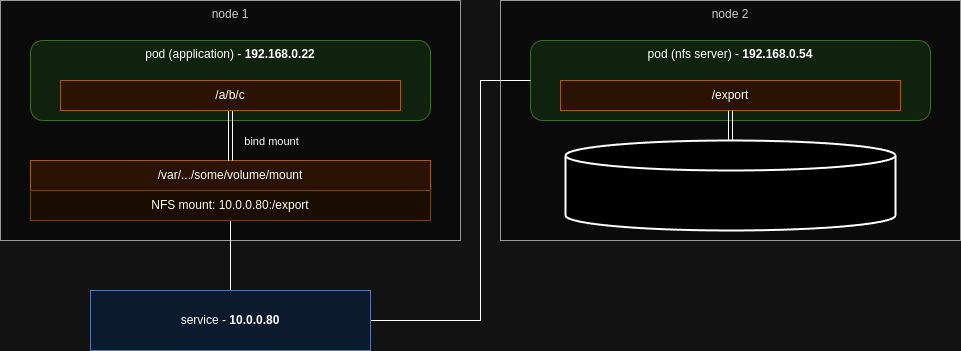
Earlier version of the draw.io export images/posts/sds.png (jrife/jrife.github.io). Source tidied: cells renumbered, new cells last; positions are measured from the earlier drawing's top-left corner, leaving out a move shared by most shapes. The source it was exported from:
```xml
<mxGraphModel>
  <root>
    <mxCell id="0" />
    <mxCell id="1" parent="0" />
    <mxCell id="2" value="node 1" style="rounded=0;whiteSpace=wrap;html=1;fillColor=#f5f5f5;strokeColor=#666666;align=center;verticalAlign=top;fontColor=#333333;" parent="1" vertex="1">
      <mxGeometry width="460" height="240" as="geometry" />
    </mxCell>
    <mxCell id="3" value="node 2" style="rounded=0;whiteSpace=wrap;html=1;fillColor=#f5f5f5;strokeColor=#666666;verticalAlign=top;align=center;fontColor=#333333;" parent="1" vertex="1">
      <mxGeometry x="500" width="460" height="240" as="geometry" />
    </mxCell>
    <mxCell id="4" value="pod (application) - &lt;b&gt;192.168.0.22&lt;/b&gt;" style="rounded=1;whiteSpace=wrap;html=1;fillColor=#d5e8d4;strokeColor=#82b366;verticalAlign=top;" parent="1" vertex="1">
      <mxGeometry x="30" y="40" width="400" height="80" as="geometry" />
    </mxCell>
    <mxCell id="5" style="strokeWidth=2;html=1;shape=mxgraph.flowchart.database;whiteSpace=wrap;verticalAlign=bottom;" parent="1" vertex="1">
      <mxGeometry x="565" y="140" width="330" height="90" as="geometry" />
    </mxCell>
    <mxCell id="6" value="/var/.../some/volume/mount" style="rounded=0;whiteSpace=wrap;html=1;fillColor=#ffe6cc;strokeColor=#d79b00;" parent="1" vertex="1">
      <mxGeometry x="30" y="160" width="400" height="30" as="geometry" />
    </mxCell>
    <mxCell id="7" style="edgeStyle=orthogonalEdgeStyle;rounded=0;jettySize=auto;html=1;exitX=0.5;exitY=1;exitDx=0;exitDy=0;entryX=0.5;entryY=0;entryDx=0;entryDy=0;shape=link;" parent="1" edge="1" source="9" target="6">
      <mxGeometry relative="1" as="geometry" />
    </mxCell>
    <mxCell id="8" value="bind mount" style="edgeLabel;html=1;align=center;verticalAlign=middle;labelBackgroundColor=none;" parent="7" vertex="1">
      <mxGeometry x="-0.21" y="-2" relative="1" as="geometry">
        <mxPoint x="42" y="10" as="offset" />
      </mxGeometry>
    </mxCell>
    <mxCell id="9" value="/a/b/c" style="rounded=0;whiteSpace=wrap;html=1;fillColor=#ffe6cc;strokeColor=#d79b00;" parent="1" vertex="1">
      <mxGeometry x="60" y="80" width="340" height="30" as="geometry" />
    </mxCell>
    <mxCell id="10" style="edgeStyle=none;rounded=0;jettySize=auto;html=1;exitX=0.5;exitY=1;exitDx=0;exitDy=0;entryX=0.5;entryY=0;entryDx=0;entryDy=0;endArrow=none;endFill=0;" parent="1" edge="1" source="11" target="16">
      <mxGeometry relative="1" as="geometry" />
    </mxCell>
    <mxCell id="11" value="NFS mount: 10.0.0.80:/export" style="rounded=0;whiteSpace=wrap;html=1;fillColor=#fff2cc;strokeColor=#d6b656;" parent="1" vertex="1">
      <mxGeometry x="30" y="190" width="400" height="30" as="geometry" />
    </mxCell>
    <mxCell id="12" value="pod (nfs server) - &lt;b&gt;192.168.0.54&lt;/b&gt;" style="rounded=1;whiteSpace=wrap;html=1;fillColor=#d5e8d4;strokeColor=#82b366;verticalAlign=top;" parent="1" vertex="1">
      <mxGeometry x="530" y="40" width="400" height="80" as="geometry" />
    </mxCell>
    <mxCell id="13" value="/export" style="rounded=0;whiteSpace=wrap;html=1;fillColor=#ffe6cc;strokeColor=#d79b00;" parent="1" vertex="1">
      <mxGeometry x="560" y="80" width="340" height="30" as="geometry" />
    </mxCell>
    <mxCell id="14" style="edgeStyle=orthogonalEdgeStyle;shape=link;rounded=0;jettySize=auto;html=1;exitX=0.5;exitY=1;exitDx=0;exitDy=0;entryX=0.5;entryY=0;entryDx=0;entryDy=0;entryPerimeter=0;" parent="1" edge="1" source="13" target="5">
      <mxGeometry relative="1" as="geometry" />
    </mxCell>
    <mxCell id="15" style="edgeStyle=orthogonalEdgeStyle;rounded=0;jettySize=auto;html=1;exitX=1;exitY=0.5;exitDx=0;exitDy=0;entryX=0;entryY=0.5;entryDx=0;entryDy=0;startArrow=none;startFill=0;endArrow=none;endFill=0;" parent="1" edge="1" source="16" target="12">
      <mxGeometry relative="1" as="geometry">
        <Array as="points">
          <mxPoint x="480" y="320" />
          <mxPoint x="480" y="80" />
        </Array>
      </mxGeometry>
    </mxCell>
    <mxCell id="16" value="service - &lt;b&gt;10.0.0.80&lt;/b&gt;" style="rounded=0;whiteSpace=wrap;html=1;fillColor=#dae8fc;strokeColor=#6c8ebf;" parent="1" vertex="1">
      <mxGeometry x="90" y="290" width="280" height="60" as="geometry" />
    </mxCell>
  </root>
</mxGraphModel>
```
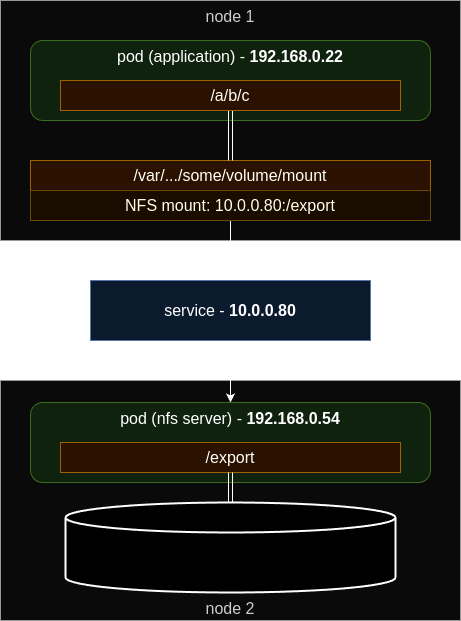
The same diagram one commit later.

Commit message:
Update NFS diagram

Diff of the diagram source:
```diff
@@ -2,57 +2,44 @@
   <root>
     <mxCell id="0" />
     <mxCell id="1" parent="0" />
-    <mxCell id="2" value="node 1" style="rounded=0;whiteSpace=wrap;html=1;fillColor=#f5f5f5;strokeColor=#666666;align=center;verticalAlign=top;fontColor=#333333;" parent="1" vertex="1">
+    <mxCell id="2" value="node 1" style="rounded=0;whiteSpace=wrap;html=1;fillColor=#f5f5f5;strokeColor=#666666;align=center;verticalAlign=top;fontColor=#333333;fontSize=16;" parent="1" vertex="1">
       <mxGeometry width="460" height="240" as="geometry" />
     </mxCell>
-    <mxCell id="3" value="node 2" style="rounded=0;whiteSpace=wrap;html=1;fillColor=#f5f5f5;strokeColor=#666666;verticalAlign=top;align=center;fontColor=#333333;" parent="1" vertex="1">
-      <mxGeometry x="500" width="460" height="240" as="geometry" />
+    <mxCell id="3" value="node 2" style="rounded=0;whiteSpace=wrap;html=1;fillColor=#f5f5f5;strokeColor=#666666;verticalAlign=bottom;align=center;fontColor=#333333;fontSize=16;" parent="1" vertex="1">
+      <mxGeometry y="380" width="460" height="240" as="geometry" />
     </mxCell>
-    <mxCell id="4" value="pod (application) - &lt;b&gt;192.168.0.22&lt;/b&gt;" style="rounded=1;whiteSpace=wrap;html=1;fillColor=#d5e8d4;strokeColor=#82b366;verticalAlign=top;" parent="1" vertex="1">
+    <mxCell id="4" value="pod (application) - &lt;b&gt;192.168.0.22&lt;/b&gt;" style="rounded=1;whiteSpace=wrap;html=1;fillColor=#d5e8d4;strokeColor=#82b366;verticalAlign=top;fontSize=16;" parent="1" vertex="1">
       <mxGeometry x="30" y="40" width="400" height="80" as="geometry" />
     </mxCell>
-    <mxCell id="5" style="strokeWidth=2;html=1;shape=mxgraph.flowchart.database;whiteSpace=wrap;verticalAlign=bottom;" parent="1" vertex="1">
-      <mxGeometry x="565" y="140" width="330" height="90" as="geometry" />
+    <mxCell id="5" style="strokeWidth=2;html=1;shape=mxgraph.flowchart.database;whiteSpace=wrap;verticalAlign=bottom;fontSize=16;" parent="1" vertex="1">
+      <mxGeometry x="65" y="502" width="330" height="90" as="geometry" />
     </mxCell>
-    <mxCell id="6" value="/var/.../some/volume/mount" style="rounded=0;whiteSpace=wrap;html=1;fillColor=#ffe6cc;strokeColor=#d79b00;" parent="1" vertex="1">
+    <mxCell id="6" value="/var/.../some/volume/mount" style="rounded=0;whiteSpace=wrap;html=1;fillColor=#ffe6cc;strokeColor=#d79b00;fontSize=16;" parent="1" vertex="1">
       <mxGeometry x="30" y="160" width="400" height="30" as="geometry" />
     </mxCell>
-    <mxCell id="7" style="edgeStyle=orthogonalEdgeStyle;rounded=0;jettySize=auto;html=1;exitX=0.5;exitY=1;exitDx=0;exitDy=0;entryX=0.5;entryY=0;entryDx=0;entryDy=0;shape=link;" parent="1" edge="1" source="9" target="6">
+    <mxCell id="7" style="edgeStyle=orthogonalEdgeStyle;rounded=0;jettySize=auto;html=1;exitX=0.5;exitY=1;exitDx=0;exitDy=0;entryX=0.5;entryY=0;entryDx=0;entryDy=0;shape=link;fontSize=16;" parent="1" edge="1" source="9" target="6">
       <mxGeometry relative="1" as="geometry" />
     </mxCell>
-    <mxCell id="8" value="bind mount" style="edgeLabel;html=1;align=center;verticalAlign=middle;labelBackgroundColor=none;" parent="7" vertex="1">
-      <mxGeometry x="-0.21" y="-2" relative="1" as="geometry">
-        <mxPoint x="42" y="10" as="offset" />
-      </mxGeometry>
-    </mxCell>
-    <mxCell id="9" value="/a/b/c" style="rounded=0;whiteSpace=wrap;html=1;fillColor=#ffe6cc;strokeColor=#d79b00;" parent="1" vertex="1">
+    <mxCell id="9" value="/a/b/c" style="rounded=0;whiteSpace=wrap;html=1;fillColor=#ffe6cc;strokeColor=#d79b00;fontSize=16;" parent="1" vertex="1">
       <mxGeometry x="60" y="80" width="340" height="30" as="geometry" />
     </mxCell>
-    <mxCell id="10" style="edgeStyle=none;rounded=0;jettySize=auto;html=1;exitX=0.5;exitY=1;exitDx=0;exitDy=0;entryX=0.5;entryY=0;entryDx=0;entryDy=0;endArrow=none;endFill=0;" parent="1" edge="1" source="11" target="16">
+    <mxCell id="10" style="edgeStyle=none;rounded=0;jettySize=auto;html=1;exitX=0.5;exitY=1;exitDx=0;exitDy=0;endArrow=classic;endFill=1;fontSize=16;" parent="1" edge="1" source="11" target="12">
       <mxGeometry relative="1" as="geometry" />
     </mxCell>
-    <mxCell id="11" value="NFS mount: 10.0.0.80:/export" style="rounded=0;whiteSpace=wrap;html=1;fillColor=#fff2cc;strokeColor=#d6b656;" parent="1" vertex="1">
+    <mxCell id="11" value="NFS mount: 10.0.0.80:/export" style="rounded=0;whiteSpace=wrap;html=1;fillColor=#fff2cc;strokeColor=#d6b656;fontSize=16;" parent="1" vertex="1">
       <mxGeometry x="30" y="190" width="400" height="30" as="geometry" />
     </mxCell>
-    <mxCell id="12" value="pod (nfs server) - &lt;b&gt;192.168.0.54&lt;/b&gt;" style="rounded=1;whiteSpace=wrap;html=1;fillColor=#d5e8d4;strokeColor=#82b366;verticalAlign=top;" parent="1" vertex="1">
-      <mxGeometry x="530" y="40" width="400" height="80" as="geometry" />
+    <mxCell id="12" value="pod (nfs server) - &lt;b&gt;192.168.0.54&lt;/b&gt;" style="rounded=1;whiteSpace=wrap;html=1;fillColor=#d5e8d4;strokeColor=#82b366;verticalAlign=top;fontSize=16;" parent="1" vertex="1">
+      <mxGeometry x="30" y="402" width="400" height="80" as="geometry" />
     </mxCell>
-    <mxCell id="13" value="/export" style="rounded=0;whiteSpace=wrap;html=1;fillColor=#ffe6cc;strokeColor=#d79b00;" parent="1" vertex="1">
-      <mxGeometry x="560" y="80" width="340" height="30" as="geometry" />
+    <mxCell id="13" value="/export" style="rounded=0;whiteSpace=wrap;html=1;fillColor=#ffe6cc;strokeColor=#d79b00;fontSize=16;" parent="1" vertex="1">
+      <mxGeometry x="60" y="442" width="340" height="30" as="geometry" />
     </mxCell>
-    <mxCell id="14" style="edgeStyle=orthogonalEdgeStyle;shape=link;rounded=0;jettySize=auto;html=1;exitX=0.5;exitY=1;exitDx=0;exitDy=0;entryX=0.5;entryY=0;entryDx=0;entryDy=0;entryPerimeter=0;" parent="1" edge="1" source="13" target="5">
+    <mxCell id="14" style="edgeStyle=orthogonalEdgeStyle;shape=link;rounded=0;jettySize=auto;html=1;exitX=0.5;exitY=1;exitDx=0;exitDy=0;entryX=0.5;entryY=0;entryDx=0;entryDy=0;entryPerimeter=0;fontSize=16;" parent="1" edge="1" source="13" target="5">
       <mxGeometry relative="1" as="geometry" />
     </mxCell>
-    <mxCell id="15" style="edgeStyle=orthogonalEdgeStyle;rounded=0;jettySize=auto;html=1;exitX=1;exitY=0.5;exitDx=0;exitDy=0;entryX=0;entryY=0.5;entryDx=0;entryDy=0;startArrow=none;startFill=0;endArrow=none;endFill=0;" parent="1" edge="1" source="16" target="12">
-      <mxGeometry relative="1" as="geometry">
-        <Array as="points">
-          <mxPoint x="480" y="320" />
-          <mxPoint x="480" y="80" />
-        </Array>
-      </mxGeometry>
-    </mxCell>
-    <mxCell id="16" value="service - &lt;b&gt;10.0.0.80&lt;/b&gt;" style="rounded=0;whiteSpace=wrap;html=1;fillColor=#dae8fc;strokeColor=#6c8ebf;" parent="1" vertex="1">
-      <mxGeometry x="90" y="290" width="280" height="60" as="geometry" />
+    <mxCell id="16" value="service - &lt;b&gt;10.0.0.80&lt;/b&gt;" style="rounded=0;whiteSpace=wrap;html=1;fillColor=#dae8fc;strokeColor=#6c8ebf;fontSize=16;" parent="1" vertex="1">
+      <mxGeometry x="90" y="280" width="280" height="60" as="geometry" />
     </mxCell>
   </root>
 </mxGraphModel>
```
